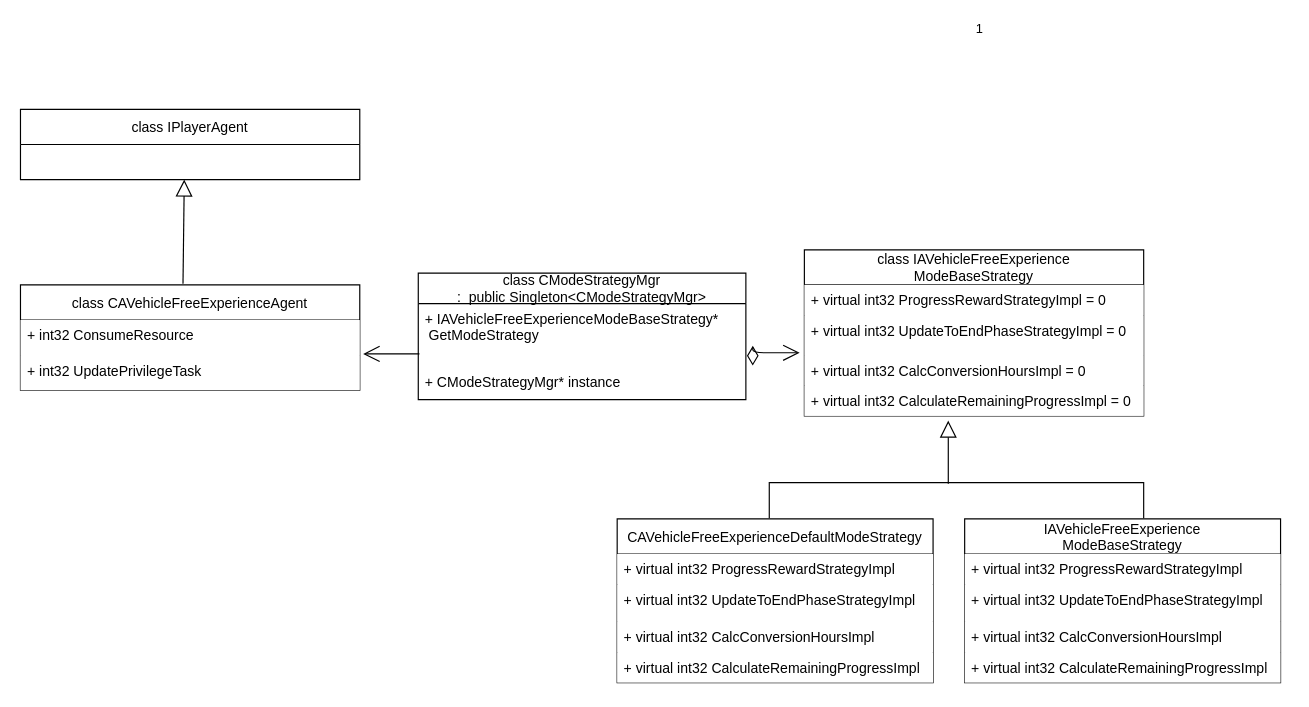
The draw.io diagram Untitled Diagram.drawio in 4057492/KeXing9Club4Ever, before the edit. Source tidied: cells renumbered, new cells numbered last; positions are measured from the earlier drawing's top-left corner, leaving out a move shared by most shapes. Both pictures are drawn from the tidied source at 117%, with x=0, y=0 at pixel (20, 109).
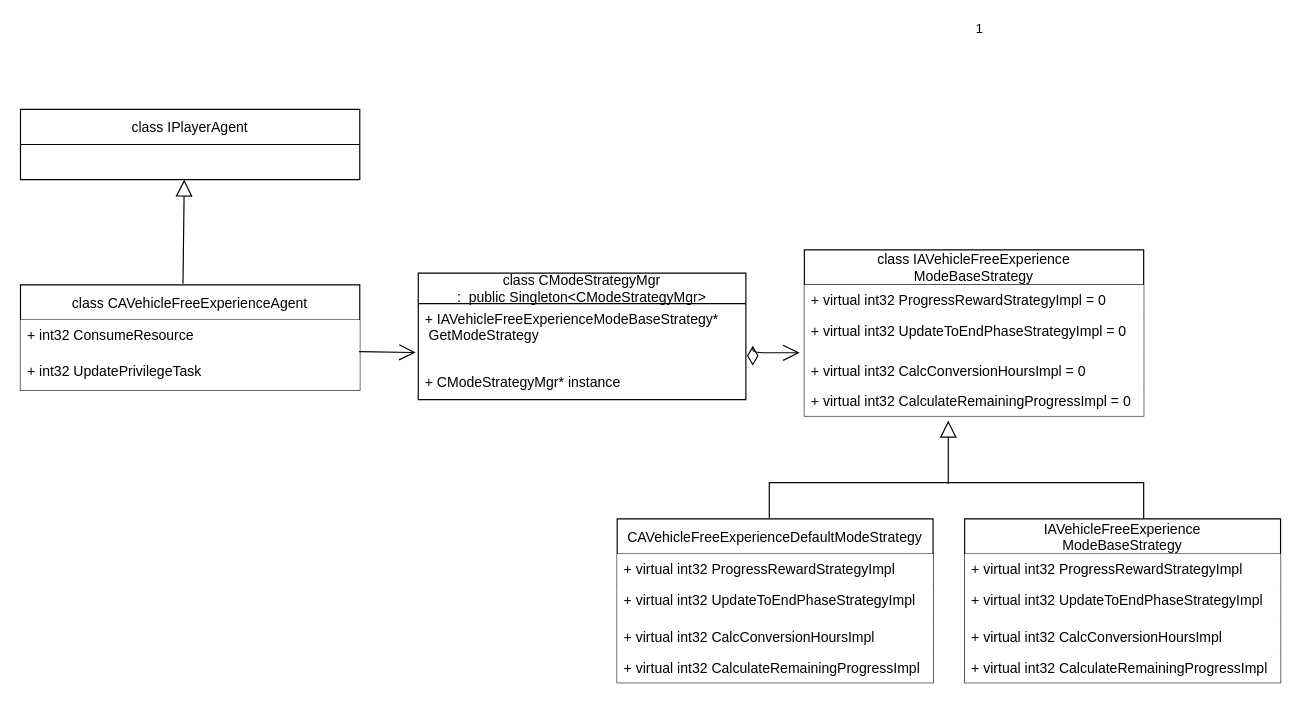
Above is the later version.

Unchanged cells that the change refers to:
```xml
<mxCell id="22" value="+ IAVehicleFreeExperienceModeBaseStrategy*&#10; GetModeStrategy" style="text;strokeColor=none;fillColor=none;align=left;verticalAlign=top;spacingLeft=4;spacingRight=4;overflow=hidden;points=[[0,0.5],[1,0.5]];portConstraint=eastwest;" parent="21" vertex="1">
  <mxGeometry y="26" width="280" height="54" as="geometry" />
</mxCell>
<mxCell id="25" value="+ int32 ConsumeResource" style="text;strokeColor=none;align=left;verticalAlign=top;spacingLeft=4;spacingRight=4;overflow=hidden;points=[[0,0.5],[1,0.5]];portConstraint=eastwest;fillColor=#ffffff;" parent="24" vertex="1">
  <mxGeometry y="30" width="290" height="30" as="geometry" />
</mxCell>
<mxCell id="26" value="+ int32 UpdatePrivilegeTask" style="text;strokeColor=none;align=left;verticalAlign=top;spacingLeft=4;spacingRight=4;overflow=hidden;points=[[0,0.5],[1,0.5]];portConstraint=eastwest;fillColor=#ffffff;" parent="24" vertex="1">
  <mxGeometry y="60" width="290" height="30" as="geometry" />
</mxCell>
```

What changed in the source:
```diff
@@
-    <mxCell id="30" style="endArrow=open;endFill=1;endSize=12;html=1;entryX=1.01;entryY=-0.033;entryDx=0;entryDy=0;entryPerimeter=0;" parent="1" edge="1" target="26">
-      <mxGeometry relative="1" as="geometry">
-        <mxPoint x="341" y="209" as="sourcePoint" />
-        <Array as="points">
-          <mxPoint x="300" y="209" />
-        </Array>
-      </mxGeometry>
-    </mxCell>
+    <mxCell id="31" style="endArrow=open;endFill=1;endSize=12;html=1;exitX=0.998;exitY=0.9;exitDx=0;exitDy=0;exitPerimeter=0;entryX=-0.008;entryY=0.775;entryDx=0;entryDy=0;entryPerimeter=0;" parent="1" edge="1" source="25" target="22">
+      <mxGeometry relative="1" as="geometry" />
+    </mxCell>
```
